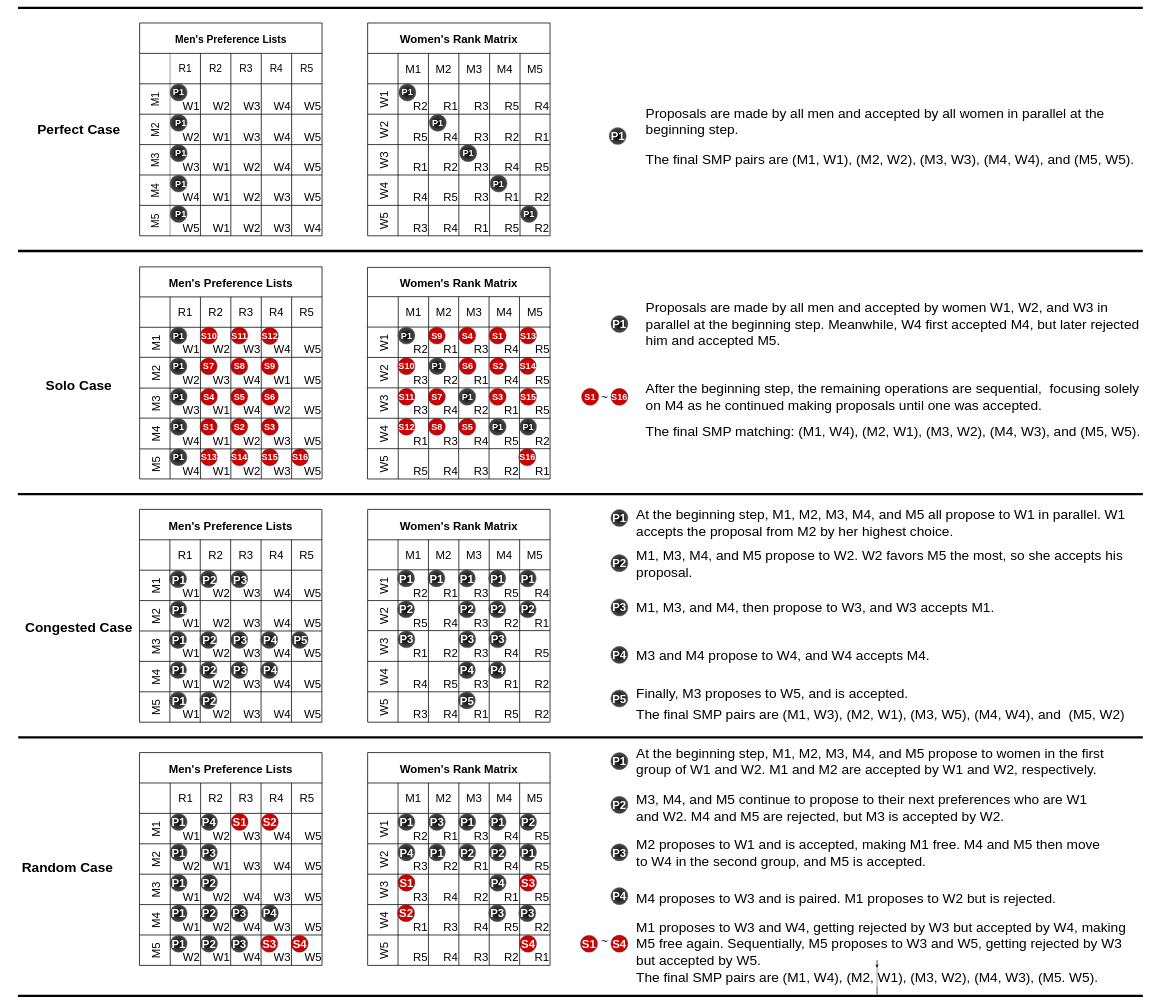
The draw.io diagram SMPWorkloads.drawio in victorliu-sq/BambooSMP-Figures, before the edit. Source tidied: cells renumbered, new cells numbered last; positions are measured from the earlier drawing's top-left corner, leaving out a move shared by most shapes. Both pictures are drawn from the tidied source at 38%, with x=0, y=0 at pixel (6, 8).
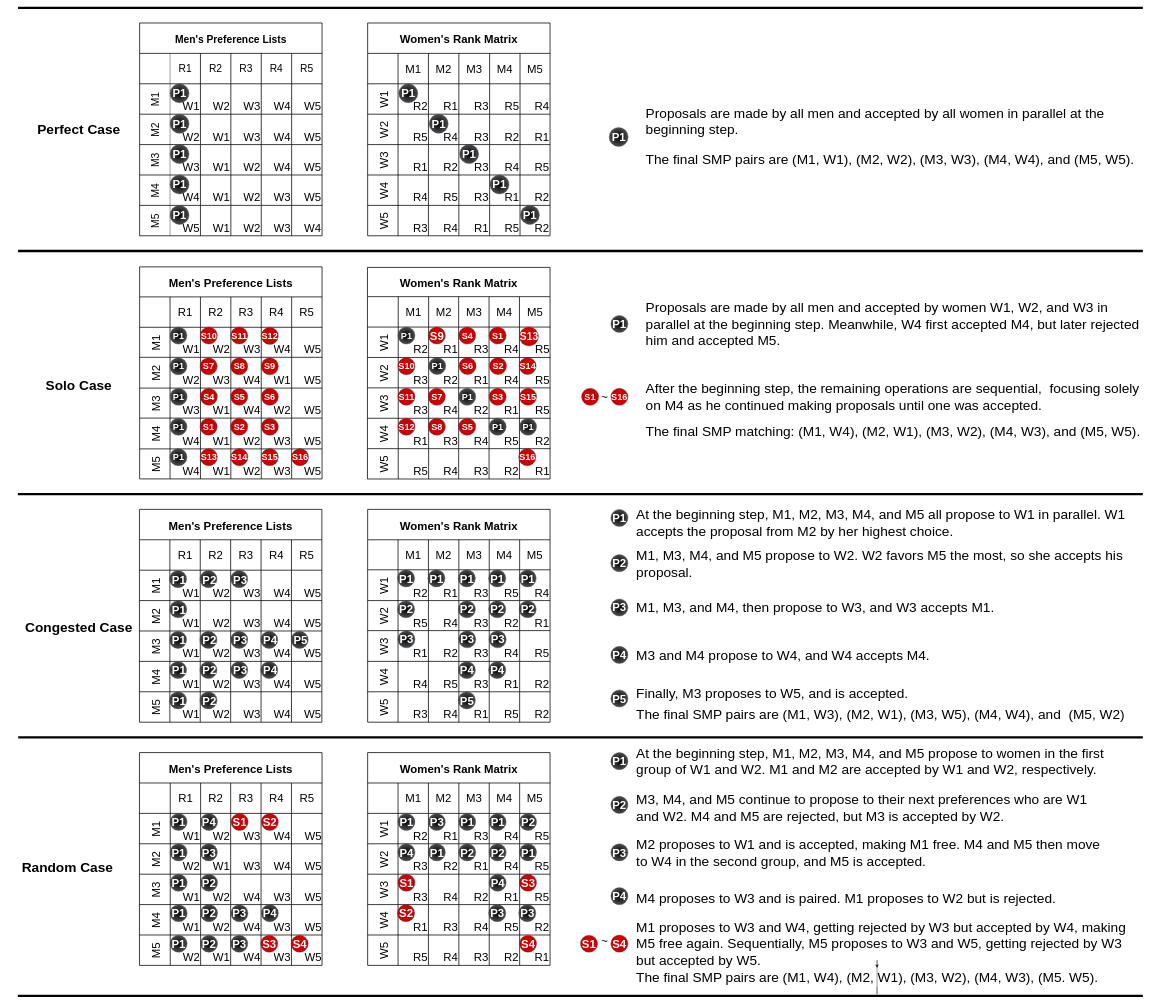
Above is the later version.

Diff of the diagram source:
```diff
@@
-    <mxCell id="392" value="P1" style="ellipse;whiteSpace=wrap;html=1;strokeColor=#314354;align=center;verticalAlign=middle;fontFamily=Helvetica;fontSize=24;fillColor=#000000;fontColor=#ffffff;strokeWidth=1;perimeterSpacing=1;fillStyle=solid;gradientColor=#4D4D4D;fontStyle=1;gradientDirection=radial;" parent="1" vertex="1">
-      <mxGeometry x="1032" y="200.2" width="45" height="45" as="geometry" />
+    <mxCell id="392" value="P1" style="ellipse;whiteSpace=wrap;html=1;strokeColor=#314354;align=center;verticalAlign=middle;fontFamily=Helvetica;fontSize=30;fillColor=#000000;fontColor=#ffffff;strokeWidth=1;perimeterSpacing=1;fillStyle=solid;gradientColor=#4D4D4D;fontStyle=1;gradientDirection=radial;" parent="1" vertex="1">
+      <mxGeometry x="1032" y="200.2" width="50" height="50" as="geometry" />
     </mxCell>
-    <mxCell id="393" value="P1" style="ellipse;whiteSpace=wrap;html=1;strokeColor=#314354;align=center;verticalAlign=middle;fontFamily=Helvetica;fontSize=24;fillColor=#000000;fontColor=#ffffff;strokeWidth=1;perimeterSpacing=1;fillStyle=solid;fontStyle=1;gradientColor=#4D4D4D;gradientDirection=radial;" parent="1" vertex="1">
-      <mxGeometry x="1112" y="280.2" width="45" height="45" as="geometry" />
+    <mxCell id="393" value="P1" style="ellipse;whiteSpace=wrap;html=1;strokeColor=#314354;align=center;verticalAlign=middle;fontFamily=Helvetica;fontSize=30;fillColor=#000000;fontColor=#ffffff;strokeWidth=1;perimeterSpacing=1;fillStyle=solid;fontStyle=1;gradientColor=#4D4D4D;gradientDirection=radial;" parent="1" vertex="1">
+      <mxGeometry x="1112" y="280.2" width="50" height="50" as="geometry" />
     </mxCell>
-    <mxCell id="394" value="P1" style="ellipse;whiteSpace=wrap;html=1;strokeColor=#314354;align=center;verticalAlign=middle;fontFamily=Helvetica;fontSize=24;fillColor=#000000;fontColor=#ffffff;strokeWidth=1;perimeterSpacing=1;fillStyle=solid;fontStyle=1;gradientColor=#4D4D4D;gradientDirection=radial;" parent="1" vertex="1">
-      <mxGeometry x="1192" y="360" width="45" height="45" as="geometry" />
+    <mxCell id="394" value="P1" style="ellipse;whiteSpace=wrap;html=1;strokeColor=#314354;align=center;verticalAlign=middle;fontFamily=Helvetica;fontSize=30;fillColor=#000000;fontColor=#ffffff;strokeWidth=1;perimeterSpacing=1;fillStyle=solid;fontStyle=1;gradientColor=#4D4D4D;gradientDirection=radial;" parent="1" vertex="1">
+      <mxGeometry x="1192" y="360" width="50" height="50" as="geometry" />
     </mxCell>
-    <mxCell id="395" value="P1" style="ellipse;whiteSpace=wrap;html=1;strokeColor=#314354;align=center;verticalAlign=middle;fontFamily=Helvetica;fontSize=24;fillColor=#000000;fontColor=#ffffff;strokeWidth=1;perimeterSpacing=1;fillStyle=solid;fontStyle=1;gradientColor=#4D4D4D;gradientDirection=radial;" parent="1" vertex="1">
-      <mxGeometry x="1272" y="440" width="45" height="45" as="geometry" />
+    <mxCell id="395" value="P1" style="ellipse;whiteSpace=wrap;html=1;strokeColor=#314354;align=center;verticalAlign=middle;fontFamily=Helvetica;fontSize=30;fillColor=#000000;fontColor=#ffffff;strokeWidth=1;perimeterSpacing=1;fillStyle=solid;fontStyle=1;gradientColor=#4D4D4D;gradientDirection=radial;" parent="1" vertex="1">
+      <mxGeometry x="1272" y="440" width="50" height="50" as="geometry" />
     </mxCell>
-    <mxCell id="396" value="P1" style="ellipse;whiteSpace=wrap;html=1;strokeColor=#314354;align=center;verticalAlign=middle;fontFamily=Helvetica;fontSize=24;fillColor=#000000;fontColor=#ffffff;strokeWidth=1;perimeterSpacing=1;fillStyle=solid;fontStyle=1;gradientColor=#4D4D4D;gradientDirection=radial;" parent="1" vertex="1">
-      <mxGeometry x="1352" y="520" width="45" height="45" as="geometry" />
+    <mxCell id="396" value="P1" style="ellipse;whiteSpace=wrap;html=1;strokeColor=#314354;align=center;verticalAlign=middle;fontFamily=Helvetica;fontSize=30;fillColor=#000000;fontColor=#ffffff;strokeWidth=1;perimeterSpacing=1;fillStyle=solid;fontStyle=1;gradientColor=#4D4D4D;gradientDirection=radial;" parent="1" vertex="1">
+      <mxGeometry x="1352" y="520" width="50" height="50" as="geometry" />
     </mxCell>
@@
-    <mxCell id="409" value="S9" style="ellipse;whiteSpace=wrap;html=1;strokeColor=#314354;align=center;verticalAlign=middle;fontFamily=Helvetica;fontSize=24;fillColor=#CC0000;fontColor=#ffffff;gradientColor=none;fillStyle=solid;strokeWidth=1;fontStyle=1;gradientDirection=radial;" parent="1" vertex="1">
+    <mxCell id="409" value="S9" style="ellipse;whiteSpace=wrap;html=1;strokeColor=#314354;align=center;verticalAlign=middle;fontFamily=Helvetica;fontSize=30;fillColor=#CC0000;fontColor=#ffffff;gradientColor=none;fillStyle=solid;strokeWidth=1;fontStyle=1;gradientDirection=radial;" parent="1" vertex="1">
       <mxGeometry x="1109.5" y="840" width="45" height="45" as="geometry" />
     </mxCell>
@@
-    <mxCell id="413" value="S13" style="ellipse;whiteSpace=wrap;html=1;strokeColor=#314354;align=center;verticalAlign=middle;fontFamily=Helvetica;fontSize=24;fillColor=#CC0000;fontColor=#ffffff;fontStyle=1;" parent="1" vertex="1">
-      <mxGeometry x="1349.5" y="840" width="45" height="45" as="geometry" />
+    <mxCell id="413" value="S13" style="ellipse;whiteSpace=wrap;html=1;strokeColor=#314354;align=center;verticalAlign=middle;fontFamily=Helvetica;fontSize=27;fillColor=#CC0000;fontColor=#ffffff;fontStyle=1;" parent="1" vertex="1">
+      <mxGeometry x="1349.5" y="840" width="50" height="50" as="geometry" />
     </mxCell>
@@
-    <mxCell id="451" value="&lt;font style=&quot;font-size: 24px;&quot;&gt;P1&lt;/font&gt;" style="ellipse;whiteSpace=wrap;html=1;strokeColor=#314354;align=right;verticalAlign=middle;fontFamily=Helvetica;fontSize=24;fillColor=#000000;fontColor=#ffffff;fillStyle=solid;strokeWidth=1;fontStyle=1;gradientColor=#4D4D4D;gradientDirection=radial;" parent="1" vertex="1">
-      <mxGeometry x="430" y="360" width="45" height="45" as="geometry" />
+    <mxCell id="451" value="&lt;font style=&quot;font-size: 30px;&quot;&gt;P1&lt;/font&gt;" style="ellipse;whiteSpace=wrap;html=1;strokeColor=#314354;align=center;verticalAlign=middle;fontFamily=Helvetica;fontSize=30;fillColor=#000000;fontColor=#ffffff;fillStyle=solid;strokeWidth=1;fontStyle=1;gradientColor=#4D4D4D;gradientDirection=radial;" parent="1" vertex="1">
+      <mxGeometry x="430" y="360" width="50" height="50" as="geometry" />
     </mxCell>
-    <mxCell id="452" value="&lt;font style=&quot;font-size: 24px;&quot;&gt;P1&lt;/font&gt;" style="ellipse;whiteSpace=wrap;html=1;strokeColor=#314354;align=right;verticalAlign=middle;fontFamily=Helvetica;fontSize=24;fillColor=#000000;fontColor=#ffffff;fillStyle=solid;strokeWidth=1;fontStyle=1;gradientColor=#4D4D4D;gradientDirection=radial;" parent="1" vertex="1">
-      <mxGeometry x="430" y="280.2" width="45" height="45" as="geometry" />
+    <mxCell id="452" value="&lt;font style=&quot;font-size: 30px;&quot;&gt;P1&lt;/font&gt;" style="ellipse;whiteSpace=wrap;html=1;strokeColor=#314354;align=center;verticalAlign=middle;fontFamily=Helvetica;fontSize=30;fillColor=#000000;fontColor=#ffffff;fillStyle=solid;strokeWidth=1;fontStyle=1;gradientColor=#4D4D4D;gradientDirection=radial;" parent="1" vertex="1">
+      <mxGeometry x="430" y="280.2" width="50" height="50" as="geometry" />
     </mxCell>
-    <mxCell id="453" value="&lt;font style=&quot;font-size: 24px;&quot;&gt;P1&lt;/font&gt;" style="ellipse;whiteSpace=wrap;html=1;strokeColor=#314354;align=center;verticalAlign=middle;fontFamily=Helvetica;fontSize=24;fillColor=#000000;fontColor=#ffffff;fillStyle=solid;strokeWidth=1;fontStyle=1;gradientColor=#4D4D4D;gradientDirection=radial;" parent="1" vertex="1">
-      <mxGeometry x="430" y="200.2" width="45" height="45" as="geometry" />
+    <mxCell id="453" value="&lt;font style=&quot;font-size: 30px;&quot;&gt;P1&lt;/font&gt;" style="ellipse;whiteSpace=wrap;html=1;strokeColor=#314354;align=center;verticalAlign=middle;fontFamily=Helvetica;fontSize=30;fillColor=#000000;fontColor=#ffffff;fillStyle=solid;strokeWidth=1;fontStyle=1;gradientColor=#4D4D4D;gradientDirection=radial;" parent="1" vertex="1">
+      <mxGeometry x="430" y="200.2" width="50" height="50" as="geometry" />
     </mxCell>
-    <mxCell id="454" value="&lt;font style=&quot;font-size: 24px;&quot;&gt;P1&lt;/font&gt;" style="ellipse;whiteSpace=wrap;html=1;strokeColor=#314354;align=right;verticalAlign=middle;fontFamily=Helvetica;fontSize=24;fillColor=#000000;fontColor=#ffffff;fillStyle=solid;strokeWidth=1;fontStyle=1;gradientColor=#4D4D4D;gradientDirection=radial;" parent="1" vertex="1">
-      <mxGeometry x="430" y="440" width="45" height="45" as="geometry" />
+    <mxCell id="454" value="&lt;font style=&quot;font-size: 30px;&quot;&gt;P1&lt;/font&gt;" style="ellipse;whiteSpace=wrap;html=1;strokeColor=#314354;align=center;verticalAlign=middle;fontFamily=Helvetica;fontSize=30;fillColor=#000000;fontColor=#ffffff;fillStyle=solid;strokeWidth=1;fontStyle=1;gradientColor=#4D4D4D;gradientDirection=radial;" parent="1" vertex="1">
+      <mxGeometry x="430" y="440" width="50" height="50" as="geometry" />
     </mxCell>
-    <mxCell id="455" value="&lt;font style=&quot;font-size: 24px;&quot;&gt;P1&lt;/font&gt;" style="ellipse;whiteSpace=wrap;html=1;strokeColor=#314354;align=right;verticalAlign=middle;fontFamily=Helvetica;fontSize=24;fillColor=#000000;fontColor=#ffffff;fillStyle=solid;strokeWidth=1;fontStyle=1;gradientColor=#4D4D4D;gradientDirection=radial;" parent="1" vertex="1">
-      <mxGeometry x="430" y="520" width="45" height="45" as="geometry" />
+    <mxCell id="455" value="&lt;font style=&quot;font-size: 30px;&quot;&gt;P1&lt;/font&gt;" style="ellipse;whiteSpace=wrap;html=1;strokeColor=#314354;align=center;verticalAlign=middle;fontFamily=Helvetica;fontSize=30;fillColor=#000000;fontColor=#ffffff;fillStyle=solid;strokeWidth=1;fontStyle=1;gradientColor=#4D4D4D;gradientDirection=radial;" parent="1" vertex="1">
+      <mxGeometry x="430" y="520" width="50" height="50" as="geometry" />
     </mxCell>
     <mxCell id="456" value="P1" style="ellipse;whiteSpace=wrap;html=1;strokeColor=#314354;align=center;verticalAlign=middle;fontFamily=Helvetica;fontSize=30;fillColor=#000000;fontColor=#ffffff;strokeWidth=1;perimeterSpacing=1;fillStyle=solid;fontStyle=1;gradientColor=#4D4D4D;gradientDirection=radial;" parent="1" vertex="1">
-      <mxGeometry x="1585.5" y="315" width="45" height="45" as="geometry" />
+      <mxGeometry x="1585.5" y="315" width="50" height="50" as="geometry" />
     </mxCell>
```
